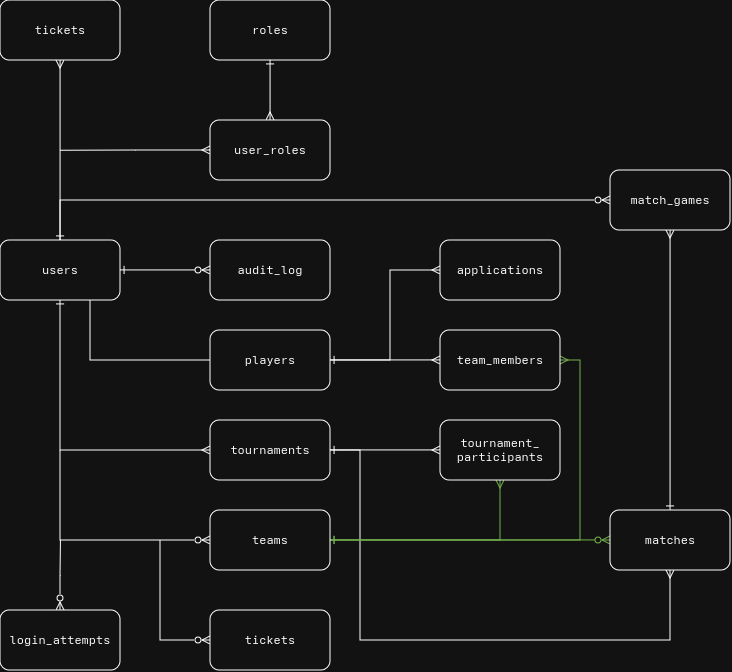
Above: infolog.drawio.png in toshartx/tours_db (draw.io), before the change. Source tidied: cells renumbered, new cells last; positions are measured from the earlier drawing's top-left corner, leaving out a move shared by most shapes. Its diagram source:
```xml
<mxGraphModel>
  <root>
    <mxCell id="0" />
    <mxCell id="1" parent="0" />
    <mxCell id="2" style="edgeStyle=orthogonalEdgeStyle;rounded=0;jettySize=auto;html=1;exitX=1;exitY=0.5;exitDx=0;exitDy=0;entryX=0;entryY=0.5;entryDx=0;entryDy=0;endArrow=ERzeroToMany;endFill=0;startArrow=ERone;startFill=0;" parent="1" edge="1" source="7" target="8">
      <mxGeometry relative="1" as="geometry" />
    </mxCell>
    <mxCell id="3" style="edgeStyle=orthogonalEdgeStyle;rounded=0;jettySize=auto;html=1;exitX=0.75;exitY=1;exitDx=0;exitDy=0;entryX=0;entryY=0.5;entryDx=0;entryDy=0;endArrow=none;endFill=0;" parent="1" edge="1" source="7" target="11">
      <mxGeometry x="-0.18" relative="1" as="geometry" />
    </mxCell>
    <mxCell id="4" style="edgeStyle=orthogonalEdgeStyle;rounded=0;jettySize=auto;html=1;exitX=0.5;exitY=1;exitDx=0;exitDy=0;entryX=0;entryY=0.5;entryDx=0;entryDy=0;endArrow=ERmany;endFill=0;startArrow=ERone;startFill=0;" parent="1" edge="1" source="7" target="17">
      <mxGeometry relative="1" as="geometry" />
    </mxCell>
    <mxCell id="5" style="edgeStyle=orthogonalEdgeStyle;rounded=0;jettySize=auto;html=1;exitX=0.5;exitY=0;exitDx=0;exitDy=0;entryX=0.5;entryY=1;entryDx=0;entryDy=0;startArrow=ERone;startFill=0;endArrow=ERmany;endFill=0;" parent="1" edge="1" source="7" target="22">
      <mxGeometry relative="1" as="geometry" />
    </mxCell>
    <mxCell id="6" style="edgeStyle=orthogonalEdgeStyle;rounded=0;jettySize=auto;html=1;entryX=0;entryY=0.5;entryDx=0;entryDy=0;endArrow=ERzeroToMany;endFill=0;" parent="1" edge="1" source="7" target="30">
      <mxGeometry relative="1" as="geometry">
        <Array as="points">
          <mxPoint x="60" y="200" />
        </Array>
      </mxGeometry>
    </mxCell>
    <mxCell id="7" value="&lt;div&gt;users&lt;/div&gt;" style="rounded=1;whiteSpace=wrap;html=1;roundedPerimeter=1;" parent="1" vertex="1">
      <mxGeometry y="240" width="120" height="60" as="geometry" />
    </mxCell>
    <mxCell id="8" value="audit_log" style="rounded=1;whiteSpace=wrap;html=1;roundedPerimeter=1;" parent="1" vertex="1">
      <mxGeometry x="210" y="240" width="120" height="60" as="geometry" />
    </mxCell>
    <mxCell id="9" style="edgeStyle=orthogonalEdgeStyle;rounded=0;jettySize=auto;html=1;exitX=1;exitY=0.5;exitDx=0;exitDy=0;entryX=0;entryY=0.5;entryDx=0;entryDy=0;endArrow=ERmany;endFill=0;startArrow=ERone;startFill=0;" parent="1" edge="1" source="11" target="25">
      <mxGeometry relative="1" as="geometry">
        <Array as="points">
          <mxPoint x="390" y="360" />
          <mxPoint x="390" y="270" />
        </Array>
      </mxGeometry>
    </mxCell>
    <mxCell id="10" style="edgeStyle=orthogonalEdgeStyle;rounded=0;jettySize=auto;html=1;exitX=1;exitY=0.5;exitDx=0;exitDy=0;entryX=0;entryY=0.5;entryDx=0;entryDy=0;endArrow=ERmany;endFill=0;" parent="1" edge="1" source="11" target="26">
      <mxGeometry relative="1" as="geometry" />
    </mxCell>
    <mxCell id="11" value="players" style="rounded=1;whiteSpace=wrap;html=1;roundedPerimeter=1;" parent="1" vertex="1">
      <mxGeometry x="210" y="330" width="120" height="60" as="geometry" />
    </mxCell>
    <mxCell id="12" style="edgeStyle=orthogonalEdgeStyle;rounded=0;jettySize=auto;html=1;exitX=0.5;exitY=0;exitDx=0;exitDy=0;startArrow=ERzeroToMany;startFill=0;endArrow=none;endFill=0;" parent="1" edge="1" source="13">
      <mxGeometry x="-0.14" relative="1" as="geometry">
        <mxPoint x="60.4" y="540" as="targetPoint" />
      </mxGeometry>
    </mxCell>
    <mxCell id="13" value="login_attempts" style="rounded=1;whiteSpace=wrap;html=1;roundedPerimeter=1;" parent="1" vertex="1">
      <mxGeometry y="610" width="120" height="60" as="geometry" />
    </mxCell>
    <mxCell id="14" value="roles" style="rounded=1;whiteSpace=wrap;html=1;roundedPerimeter=1;" parent="1" vertex="1">
      <mxGeometry x="210" width="120" height="60" as="geometry" />
    </mxCell>
    <mxCell id="15" style="edgeStyle=orthogonalEdgeStyle;rounded=0;jettySize=auto;html=1;exitX=1;exitY=0.5;exitDx=0;exitDy=0;entryX=0;entryY=0.5;entryDx=0;entryDy=0;endArrow=ERmany;endFill=0;startArrow=ERone;startFill=0;" parent="1" edge="1" source="17" target="29">
      <mxGeometry relative="1" as="geometry" />
    </mxCell>
    <mxCell id="16" style="edgeStyle=orthogonalEdgeStyle;rounded=0;jettySize=auto;html=1;entryX=0.5;entryY=1;entryDx=0;entryDy=0;endArrow=ERmany;endFill=0;startArrow=ERone;startFill=0;" parent="1" edge="1" target="28">
      <mxGeometry x="0.01" relative="1" as="geometry">
        <mxPoint x="320" y="450" as="sourcePoint" />
        <Array as="points">
          <mxPoint x="360" y="450" />
          <mxPoint x="360" y="640" />
          <mxPoint x="670" y="640" />
        </Array>
      </mxGeometry>
    </mxCell>
    <mxCell id="17" value="tournaments" style="rounded=1;whiteSpace=wrap;html=1;roundedPerimeter=1;" parent="1" vertex="1">
      <mxGeometry x="210" y="420" width="120" height="60" as="geometry" />
    </mxCell>
    <mxCell id="18" style="edgeStyle=orthogonalEdgeStyle;rounded=0;jettySize=auto;html=1;exitX=1;exitY=0.5;exitDx=0;exitDy=0;entryX=1;entryY=0.5;entryDx=0;entryDy=0;endArrow=ERmany;endFill=0;startArrow=ERone;startFill=0;fillColor=#60a917;strokeColor=#2D7600;" parent="1" edge="1" source="21" target="26">
      <mxGeometry relative="1" as="geometry">
        <Array as="points">
          <mxPoint x="580" y="540" />
          <mxPoint x="580" y="360" />
        </Array>
      </mxGeometry>
    </mxCell>
    <mxCell id="19" style="edgeStyle=orthogonalEdgeStyle;rounded=0;jettySize=auto;html=1;exitX=1;exitY=0.5;exitDx=0;exitDy=0;entryX=0.5;entryY=1;entryDx=0;entryDy=0;endArrow=ERmany;endFill=0;fillColor=#60a917;strokeColor=#2D7600;" parent="1" edge="1" source="21" target="29">
      <mxGeometry x="-0.31" relative="1" as="geometry">
        <Array as="points">
          <mxPoint x="500" y="540" />
        </Array>
      </mxGeometry>
    </mxCell>
    <mxCell id="20" style="edgeStyle=orthogonalEdgeStyle;rounded=0;jettySize=auto;html=1;exitX=1;exitY=0.5;exitDx=0;exitDy=0;entryX=0;entryY=0.5;entryDx=0;entryDy=0;endArrow=ERzeroToMany;endFill=0;startArrow=ERone;startFill=0;fillColor=#60a917;strokeColor=#2D7600;" parent="1" edge="1" source="21" target="28">
      <mxGeometry relative="1" as="geometry" />
    </mxCell>
    <mxCell id="21" value="&lt;div&gt;teams&lt;/div&gt;" style="rounded=1;whiteSpace=wrap;html=1;roundedPerimeter=1;" parent="1" vertex="1">
      <mxGeometry x="210" y="510" width="120" height="60" as="geometry" />
    </mxCell>
    <mxCell id="22" value="&lt;div&gt;tickets&lt;/div&gt;" style="rounded=1;whiteSpace=wrap;html=1;roundedPerimeter=1;" parent="1" vertex="1">
      <mxGeometry width="120" height="60" as="geometry" />
    </mxCell>
    <mxCell id="23" style="edgeStyle=orthogonalEdgeStyle;rounded=0;jettySize=auto;html=1;exitX=0;exitY=0.5;exitDx=0;exitDy=0;endArrow=none;endFill=0;startArrow=ERmany;startFill=0;" parent="1" edge="1" source="24">
      <mxGeometry relative="1" as="geometry">
        <mxPoint x="60" y="150.2" as="targetPoint" />
      </mxGeometry>
    </mxCell>
    <mxCell id="24" value="&lt;div&gt;user_roles&lt;/div&gt;" style="rounded=1;whiteSpace=wrap;html=1;roundedPerimeter=1;" parent="1" vertex="1">
      <mxGeometry x="210" y="120" width="120" height="60" as="geometry" />
    </mxCell>
    <mxCell id="25" value="applications" style="rounded=1;whiteSpace=wrap;html=1;roundedPerimeter=1;" parent="1" vertex="1">
      <mxGeometry x="440" y="240" width="120" height="60" as="geometry" />
    </mxCell>
    <mxCell id="26" value="&lt;div&gt;team_members&lt;/div&gt;" style="rounded=1;whiteSpace=wrap;html=1;roundedPerimeter=1;" parent="1" vertex="1">
      <mxGeometry x="440" y="330" width="120" height="60" as="geometry" />
    </mxCell>
    <mxCell id="27" style="edgeStyle=orthogonalEdgeStyle;rounded=0;jettySize=auto;html=1;exitX=0.5;exitY=0;exitDx=0;exitDy=0;entryX=0.5;entryY=1;entryDx=0;entryDy=0;endArrow=ERmany;endFill=0;startArrow=ERone;startFill=0;" parent="1" edge="1" source="28" target="30">
      <mxGeometry relative="1" as="geometry" />
    </mxCell>
    <mxCell id="28" value="matches" style="rounded=1;whiteSpace=wrap;html=1;roundedPerimeter=1;" parent="1" vertex="1">
      <mxGeometry x="610" y="510" width="120" height="60" as="geometry" />
    </mxCell>
    <mxCell id="29" value="&lt;div&gt;tournament_&lt;/div&gt;&lt;div&gt;participants&lt;/div&gt;" style="rounded=1;whiteSpace=wrap;html=1;roundedPerimeter=1;" parent="1" vertex="1">
      <mxGeometry x="440" y="420" width="120" height="60" as="geometry" />
    </mxCell>
    <mxCell id="30" value="&lt;div&gt;match_games&lt;/div&gt;" style="rounded=1;whiteSpace=wrap;html=1;roundedPerimeter=1;" parent="1" vertex="1">
      <mxGeometry x="610" y="170" width="120" height="60" as="geometry" />
    </mxCell>
    <mxCell id="31" style="edgeStyle=orthogonalEdgeStyle;rounded=0;jettySize=auto;html=1;entryX=0;entryY=0.5;entryDx=0;entryDy=0;endArrow=ERzeroToMany;endFill=0;startArrow=none;startFill=0;" parent="1" edge="1" target="21">
      <mxGeometry x="0.3" relative="1" as="geometry">
        <mxPoint x="60" y="450" as="sourcePoint" />
        <Array as="points">
          <mxPoint x="60" y="540" />
        </Array>
      </mxGeometry>
    </mxCell>
    <mxCell id="32" style="edgeStyle=orthogonalEdgeStyle;rounded=0;jettySize=auto;html=1;exitX=0.5;exitY=0;exitDx=0;exitDy=0;endArrow=ERone;endFill=0;startArrow=ERmany;startFill=0;entryX=0.5;entryY=1;entryDx=0;entryDy=0;" parent="1" edge="1" source="24" target="14">
      <mxGeometry x="-0.57" relative="1" as="geometry" />
    </mxCell>
    <mxCell id="33" style="edgeStyle=orthogonalEdgeStyle;rounded=0;jettySize=auto;html=1;endArrow=none;endFill=0;startArrow=ERzeroToMany;startFill=0;" parent="1" edge="1" source="34">
      <mxGeometry x="-0.07" relative="1" as="geometry">
        <mxPoint x="160" y="540" as="targetPoint" />
      </mxGeometry>
    </mxCell>
    <mxCell id="34" value="tickets" style="rounded=1;whiteSpace=wrap;html=1;roundedPerimeter=1;" parent="1" vertex="1">
      <mxGeometry x="210" y="610" width="120" height="60" as="geometry" />
    </mxCell>
  </root>
</mxGraphModel>
```
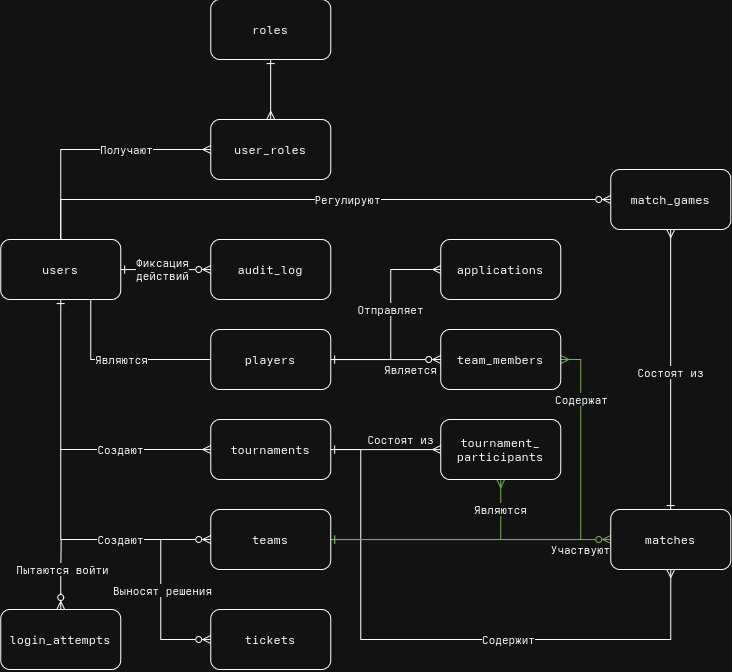
The same diagram one commit later.

The edit, as a diff of the source:
```diff
@@ -5,15 +5,18 @@
     <mxCell id="2" style="edgeStyle=orthogonalEdgeStyle;rounded=0;jettySize=auto;html=1;exitX=1;exitY=0.5;exitDx=0;exitDy=0;entryX=0;entryY=0.5;entryDx=0;entryDy=0;endArrow=ERzeroToMany;endFill=0;startArrow=ERone;startFill=0;" parent="1" edge="1" source="7" target="8">
       <mxGeometry relative="1" as="geometry" />
     </mxCell>
+    <mxCell id="35" value="&lt;div&gt;Фиксация&lt;/div&gt;&lt;div&gt;действий&lt;/div&gt;" style="edgeLabel;html=1;align=center;verticalAlign=middle;" parent="2" vertex="1">
+      <mxGeometry x="-0.06" relative="1" as="geometry" />
+    </mxCell>
     <mxCell id="3" style="edgeStyle=orthogonalEdgeStyle;rounded=0;jettySize=auto;html=1;exitX=0.75;exitY=1;exitDx=0;exitDy=0;entryX=0;entryY=0.5;entryDx=0;entryDy=0;endArrow=none;endFill=0;" parent="1" edge="1" source="7" target="11">
       <mxGeometry x="-0.18" relative="1" as="geometry" />
     </mxCell>
+    <mxCell id="36" value="Являются" style="edgeLabel;html=1;align=center;verticalAlign=middle;" parent="3" vertex="1">
+      <mxGeometry x="0.01" relative="1" as="geometry" />
+    </mxCell>
     <mxCell id="4" style="edgeStyle=orthogonalEdgeStyle;rounded=0;jettySize=auto;html=1;exitX=0.5;exitY=1;exitDx=0;exitDy=0;entryX=0;entryY=0.5;entryDx=0;entryDy=0;endArrow=ERmany;endFill=0;startArrow=ERone;startFill=0;" parent="1" edge="1" source="7" target="17">
       <mxGeometry relative="1" as="geometry" />
     </mxCell>
-    <mxCell id="5" style="edgeStyle=orthogonalEdgeStyle;rounded=0;jettySize=auto;html=1;exitX=0.5;exitY=0;exitDx=0;exitDy=0;entryX=0.5;entryY=1;entryDx=0;entryDy=0;startArrow=ERone;startFill=0;endArrow=ERmany;endFill=0;" parent="1" edge="1" source="7" target="22">
-      <mxGeometry relative="1" as="geometry" />
-    </mxCell>
     <mxCell id="6" style="edgeStyle=orthogonalEdgeStyle;rounded=0;jettySize=auto;html=1;entryX=0;entryY=0.5;entryDx=0;entryDy=0;endArrow=ERzeroToMany;endFill=0;" parent="1" edge="1" source="7" target="30">
       <mxGeometry relative="1" as="geometry">
         <Array as="points">
@@ -21,6 +24,11 @@
         </Array>
       </mxGeometry>
     </mxCell>
+    <mxCell id="37" value="Регулируют" style="edgeLabel;html=1;align=center;verticalAlign=middle;" parent="6" vertex="1">
+      <mxGeometry x="0.11" y="-2" relative="1" as="geometry">
+        <mxPoint y="-2" as="offset" />
+      </mxGeometry>
+    </mxCell>
     <mxCell id="7" value="&lt;div&gt;users&lt;/div&gt;" style="rounded=1;whiteSpace=wrap;html=1;roundedPerimeter=1;" parent="1" vertex="1">
       <mxGeometry y="240" width="120" height="60" as="geometry" />
     </mxCell>
@@ -35,9 +43,19 @@
         </Array>
       </mxGeometry>
     </mxCell>
-    <mxCell id="10" style="edgeStyle=orthogonalEdgeStyle;rounded=0;jettySize=auto;html=1;exitX=1;exitY=0.5;exitDx=0;exitDy=0;entryX=0;entryY=0.5;entryDx=0;entryDy=0;endArrow=ERmany;endFill=0;" parent="1" edge="1" source="11" target="26">
+    <mxCell id="10" style="edgeStyle=orthogonalEdgeStyle;rounded=0;jettySize=auto;html=1;exitX=1;exitY=0.5;exitDx=0;exitDy=0;entryX=0;entryY=0.5;entryDx=0;entryDy=0;endArrow=ERzeroToMany;endFill=0;" parent="1" edge="1" source="11" target="26">
       <mxGeometry relative="1" as="geometry" />
     </mxCell>
+    <mxCell id="38" value="Является" style="edgeLabel;html=1;align=center;verticalAlign=middle;" parent="10" vertex="1">
+      <mxGeometry x="-0.01" y="-2" relative="1" as="geometry">
+        <mxPoint x="25" y="8" as="offset" />
+      </mxGeometry>
+    </mxCell>
+    <mxCell id="39" value="Отправляет" style="edgeLabel;html=1;align=center;verticalAlign=middle;" parent="10" vertex="1">
+      <mxGeometry x="-0.01" y="-2" relative="1" as="geometry">
+        <mxPoint x="5" y="-52" as="offset" />
+      </mxGeometry>
+    </mxCell>
     <mxCell id="11" value="players" style="rounded=1;whiteSpace=wrap;html=1;roundedPerimeter=1;" parent="1" vertex="1">
       <mxGeometry x="210" y="330" width="120" height="60" as="geometry" />
     </mxCell>
@@ -46,6 +64,9 @@
         <mxPoint x="60.4" y="540" as="targetPoint" />
       </mxGeometry>
     </mxCell>
+    <mxCell id="40" value="Пытаются войти" style="edgeLabel;html=1;align=center;verticalAlign=middle;" parent="12" vertex="1">
+      <mxGeometry x="0.16" y="-1" relative="1" as="geometry" />
+    </mxCell>
     <mxCell id="13" value="login_attempts" style="rounded=1;whiteSpace=wrap;html=1;roundedPerimeter=1;" parent="1" vertex="1">
       <mxGeometry y="610" width="120" height="60" as="geometry" />
     </mxCell>
@@ -55,6 +76,11 @@
     <mxCell id="15" style="edgeStyle=orthogonalEdgeStyle;rounded=0;jettySize=auto;html=1;exitX=1;exitY=0.5;exitDx=0;exitDy=0;entryX=0;entryY=0.5;entryDx=0;entryDy=0;endArrow=ERmany;endFill=0;startArrow=ERone;startFill=0;" parent="1" edge="1" source="17" target="29">
       <mxGeometry relative="1" as="geometry" />
     </mxCell>
+    <mxCell id="41" value="Состоят из" style="edgeLabel;html=1;align=center;verticalAlign=middle;" parent="15" vertex="1">
+      <mxGeometry x="-0.08" y="-1" relative="1" as="geometry">
+        <mxPoint x="19" y="-11" as="offset" />
+      </mxGeometry>
+    </mxCell>
     <mxCell id="16" style="edgeStyle=orthogonalEdgeStyle;rounded=0;jettySize=auto;html=1;entryX=0.5;entryY=1;entryDx=0;entryDy=0;endArrow=ERmany;endFill=0;startArrow=ERone;startFill=0;" parent="1" edge="1" target="28">
       <mxGeometry x="0.01" relative="1" as="geometry">
         <mxPoint x="320" y="450" as="sourcePoint" />
@@ -65,6 +91,9 @@
         </Array>
       </mxGeometry>
     </mxCell>
+    <mxCell id="42" value="&lt;div&gt;Содержит&lt;/div&gt;" style="edgeLabel;html=1;align=center;verticalAlign=middle;" parent="16" vertex="1">
+      <mxGeometry x="0.24" relative="1" as="geometry" />
+    </mxCell>
     <mxCell id="17" value="tournaments" style="rounded=1;whiteSpace=wrap;html=1;roundedPerimeter=1;" parent="1" vertex="1">
       <mxGeometry x="210" y="420" width="120" height="60" as="geometry" />
     </mxCell>
@@ -76,6 +105,11 @@
         </Array>
       </mxGeometry>
     </mxCell>
+    <mxCell id="43" value="Содержат" style="edgeLabel;html=1;align=center;verticalAlign=middle;" parent="18" vertex="1">
+      <mxGeometry x="0.75" y="-1" relative="1" as="geometry">
+        <mxPoint y="5" as="offset" />
+      </mxGeometry>
+    </mxCell>
     <mxCell id="19" style="edgeStyle=orthogonalEdgeStyle;rounded=0;jettySize=auto;html=1;exitX=1;exitY=0.5;exitDx=0;exitDy=0;entryX=0.5;entryY=1;entryDx=0;entryDy=0;endArrow=ERmany;endFill=0;fillColor=#60a917;strokeColor=#2D7600;" parent="1" edge="1" source="21" target="29">
       <mxGeometry x="-0.31" relative="1" as="geometry">
         <Array as="points">
@@ -83,20 +117,30 @@
         </Array>
       </mxGeometry>
     </mxCell>
+    <mxCell id="44" value="Являются" style="edgeLabel;html=1;align=center;verticalAlign=middle;" parent="19" vertex="1">
+      <mxGeometry x="0.73" y="1" relative="1" as="geometry">
+        <mxPoint x="1" y="-1" as="offset" />
+      </mxGeometry>
+    </mxCell>
     <mxCell id="20" style="edgeStyle=orthogonalEdgeStyle;rounded=0;jettySize=auto;html=1;exitX=1;exitY=0.5;exitDx=0;exitDy=0;entryX=0;entryY=0.5;entryDx=0;entryDy=0;endArrow=ERzeroToMany;endFill=0;startArrow=ERone;startFill=0;fillColor=#60a917;strokeColor=#2D7600;" parent="1" edge="1" source="21" target="28">
       <mxGeometry relative="1" as="geometry" />
     </mxCell>
+    <mxCell id="45" value="Участвуют" style="edgeLabel;html=1;align=center;verticalAlign=middle;" parent="20" vertex="1">
+      <mxGeometry x="-0.15" y="-3" relative="1" as="geometry">
+        <mxPoint x="131" y="7" as="offset" />
+      </mxGeometry>
+    </mxCell>
     <mxCell id="21" value="&lt;div&gt;teams&lt;/div&gt;" style="rounded=1;whiteSpace=wrap;html=1;roundedPerimeter=1;" parent="1" vertex="1">
       <mxGeometry x="210" y="510" width="120" height="60" as="geometry" />
     </mxCell>
-    <mxCell id="22" value="&lt;div&gt;tickets&lt;/div&gt;" style="rounded=1;whiteSpace=wrap;html=1;roundedPerimeter=1;" parent="1" vertex="1">
-      <mxGeometry width="120" height="60" as="geometry" />
-    </mxCell>
-    <mxCell id="23" style="edgeStyle=orthogonalEdgeStyle;rounded=0;jettySize=auto;html=1;exitX=0;exitY=0.5;exitDx=0;exitDy=0;endArrow=none;endFill=0;startArrow=ERmany;startFill=0;" parent="1" edge="1" source="24">
-      <mxGeometry relative="1" as="geometry">
-        <mxPoint x="60" y="150.2" as="targetPoint" />
-      </mxGeometry>
+    <mxCell id="23" style="edgeStyle=orthogonalEdgeStyle;rounded=0;jettySize=auto;html=1;exitX=0;exitY=0.5;exitDx=0;exitDy=0;endArrow=none;endFill=0;startArrow=ERmany;startFill=0;entryX=0.5;entryY=0;entryDx=0;entryDy=0;" parent="1" edge="1" source="24" target="7">
+      <mxGeometry x="-0.37" relative="1" as="geometry" />
     </mxCell>
+    <mxCell id="46" value="Получают" style="edgeLabel;html=1;align=center;verticalAlign=middle;" parent="23" vertex="1">
+      <mxGeometry x="-0.3" y="-3" relative="1" as="geometry">
+        <mxPoint y="3" as="offset" />
+      </mxGeometry>
+    </mxCell>
     <mxCell id="24" value="&lt;div&gt;user_roles&lt;/div&gt;" style="rounded=1;whiteSpace=wrap;html=1;roundedPerimeter=1;" parent="1" vertex="1">
       <mxGeometry x="210" y="120" width="120" height="60" as="geometry" />
     </mxCell>
@@ -109,6 +153,11 @@
     <mxCell id="27" style="edgeStyle=orthogonalEdgeStyle;rounded=0;jettySize=auto;html=1;exitX=0.5;exitY=0;exitDx=0;exitDy=0;entryX=0.5;entryY=1;entryDx=0;entryDy=0;endArrow=ERmany;endFill=0;startArrow=ERone;startFill=0;" parent="1" edge="1" source="28" target="30">
       <mxGeometry relative="1" as="geometry" />
     </mxCell>
+    <mxCell id="47" value="Состоят из" style="edgeLabel;html=1;align=center;verticalAlign=middle;" parent="27" vertex="1">
+      <mxGeometry x="-0.02" y="-2" relative="1" as="geometry">
+        <mxPoint x="-2" as="offset" />
+      </mxGeometry>
+    </mxCell>
     <mxCell id="28" value="matches" style="rounded=1;whiteSpace=wrap;html=1;roundedPerimeter=1;" parent="1" vertex="1">
       <mxGeometry x="610" y="510" width="120" height="60" as="geometry" />
     </mxCell>
@@ -126,6 +175,16 @@
         </Array>
       </mxGeometry>
     </mxCell>
+    <mxCell id="48" value="Создают" style="edgeLabel;html=1;align=center;verticalAlign=middle;" parent="31" vertex="1">
+      <mxGeometry x="0.11" relative="1" as="geometry">
+        <mxPoint x="17" y="-90" as="offset" />
+      </mxGeometry>
+    </mxCell>
+    <mxCell id="49" value="Создают" style="edgeLabel;html=1;align=center;verticalAlign=middle;" parent="31" vertex="1">
+      <mxGeometry x="0.33" y="1" relative="1" as="geometry">
+        <mxPoint x="-10" y="1" as="offset" />
+      </mxGeometry>
+    </mxCell>
     <mxCell id="32" style="edgeStyle=orthogonalEdgeStyle;rounded=0;jettySize=auto;html=1;exitX=0.5;exitY=0;exitDx=0;exitDy=0;endArrow=ERone;endFill=0;startArrow=ERmany;startFill=0;entryX=0.5;entryY=1;entryDx=0;entryDy=0;" parent="1" edge="1" source="24" target="14">
       <mxGeometry x="-0.57" relative="1" as="geometry" />
     </mxCell>
@@ -134,6 +193,9 @@
         <mxPoint x="160" y="540" as="targetPoint" />
       </mxGeometry>
     </mxCell>
+    <mxCell id="50" value="&lt;div&gt;Выносят решения&lt;/div&gt;" style="edgeLabel;html=1;align=center;verticalAlign=middle;" parent="33" vertex="1">
+      <mxGeometry x="0.33" y="-2" relative="1" as="geometry" />
+    </mxCell>
     <mxCell id="34" value="tickets" style="rounded=1;whiteSpace=wrap;html=1;roundedPerimeter=1;" parent="1" vertex="1">
       <mxGeometry x="210" y="610" width="120" height="60" as="geometry" />
     </mxCell>
```
